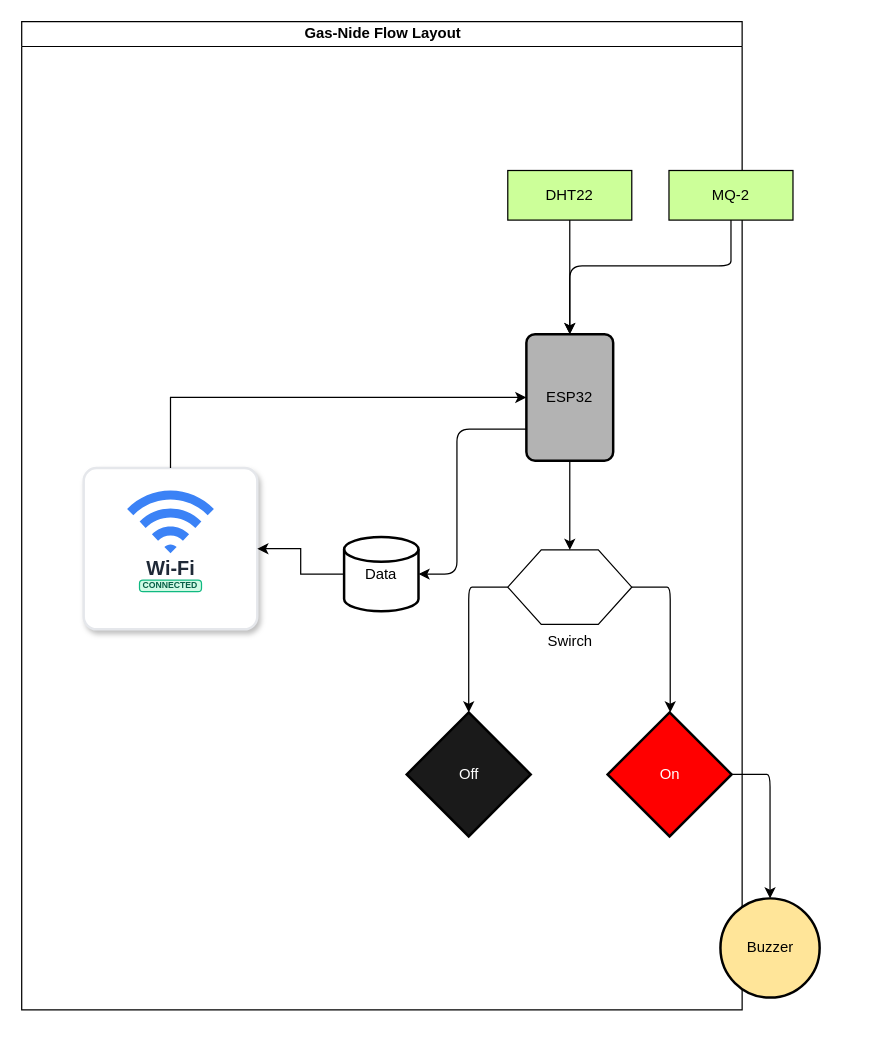
Above: docs/architecture/Gas-node-data-flow.drawio in PhantomCNS/shos-2- (draw.io), before the change. Source tidied: cells renumbered, new cells numbered last; positions are measured from the earlier drawing's top-left corner, leaving out a move shared by most shapes. Both pictures are drawn from the tidied source at 124%, with x=0, y=0 at pixel (21, 21).
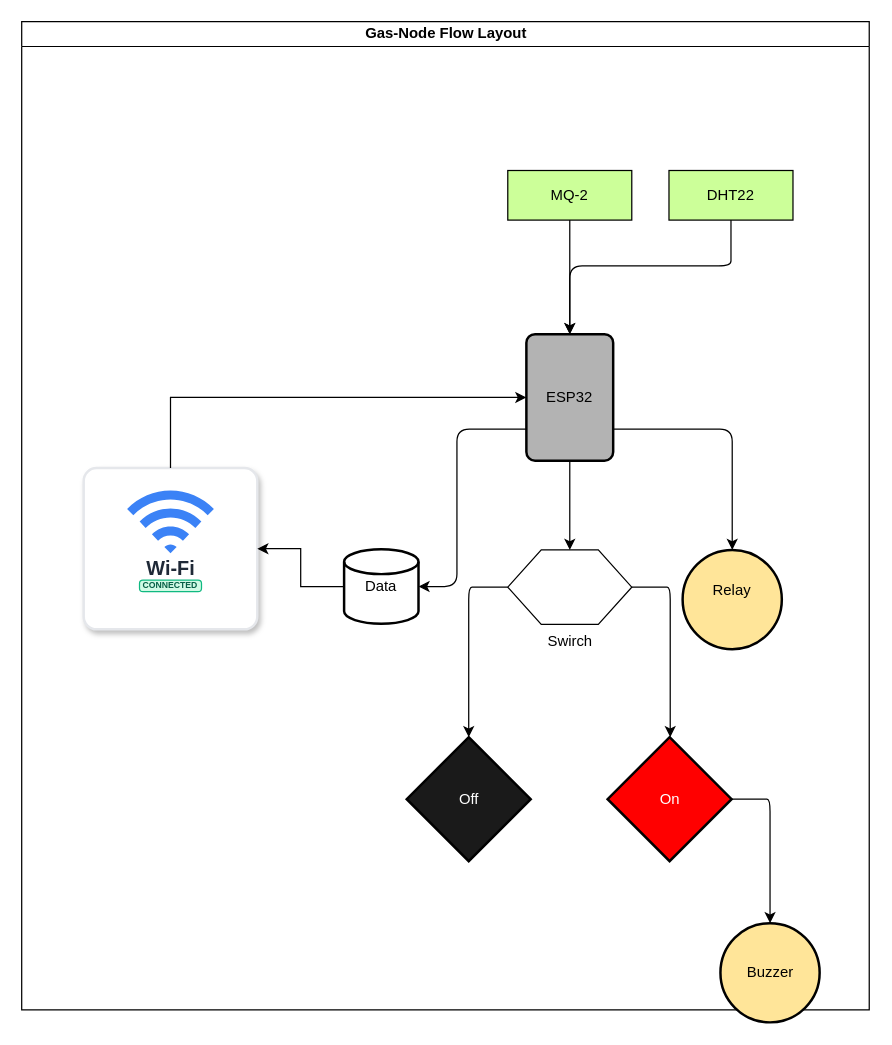
After the change.

Unchanged cells that the change refers to:
```xml
<mxCell id="7" value="ESP32" style="rounded=1;whiteSpace=wrap;html=1;absoluteArcSize=1;arcSize=14;strokeWidth=2;fillColor=#B3B3B3;" parent="2" vertex="1">
  <mxGeometry x="407" y="252" width="70" height="102" as="geometry" />
</mxCell>
<mxCell id="8" value="Swirch" style="verticalLabelPosition=bottom;verticalAlign=top;html=1;shape=hexagon;perimeter=hexagonPerimeter2;arcSize=6;size=0.27;" parent="2" vertex="1">
  <mxGeometry x="392" y="426" width="100" height="60" as="geometry" />
</mxCell>
```

What changed in the source:
```diff
@@
-    <mxCell id="2" value="Gas-Nide Flow Layout" style="swimlane;html=1;startSize=20;horizontal=1;fontSize=12;transparentBounds=1;groupPadding=20;containerType=tree;" parent="1" vertex="1">
-      <mxGeometry width="581" height="797" as="geometry" />
+    <mxCell id="2" value="Gas-Node Flow Layout" style="swimlane;html=1;startSize=20;horizontal=1;fontSize=12;transparentBounds=1;groupPadding=20;containerType=tree;" parent="1" vertex="1">
+      <mxGeometry width="683.5" height="797" as="geometry" />
     </mxCell>
     <mxCell id="3" style="edgeStyle=orthogonalEdgeStyle;rounded=1;jettySize=auto;html=1;exitX=0.5;exitY=1;exitDx=0;exitDy=0;entryX=0.5;entryY=0;entryDx=0;entryDy=0;curved=0;" parent="2" edge="1" source="4" target="7">
       <mxGeometry relative="1" as="geometry">
         <Array as="points">
-          <mxPoint x="572" y="181" />
-          <mxPoint x="572" y="197" />
-          <mxPoint x="442" y="197" />
+          <mxPoint x="442" y="181" />
           <mxPoint x="442" y="231" />
         </Array>
       </mxGeometry>
     </mxCell>
     <mxCell id="4" value="MQ-2" style="whiteSpace=wrap;html=1;fillColor=#CCFF99;" parent="2" vertex="1">
-      <mxGeometry x="522" y="120" width="100" height="40" as="geometry" />
+      <mxGeometry x="392" y="120" width="100" height="40" as="geometry" />
     </mxCell>
     <mxCell id="5" style="edgeStyle=orthogonalEdgeStyle;rounded=1;jettySize=auto;html=1;exitX=0.5;exitY=1;exitDx=0;exitDy=0;entryX=0.5;entryY=0;entryDx=0;entryDy=0;curved=0;" parent="2" edge="1" source="6" target="7">
       <mxGeometry relative="1" as="geometry">
         <Array as="points">
-          <mxPoint x="442" y="181" />
+          <mxPoint x="572" y="181" />
+          <mxPoint x="572" y="197" />
+          <mxPoint x="442" y="197" />
           <mxPoint x="442" y="231" />
         </Array>
       </mxGeometry>
     </mxCell>
     <mxCell id="6" value="DHT22" style="whiteSpace=wrap;html=1;fillColor=#CCFF99;" parent="2" vertex="1">
-      <mxGeometry x="392" y="120" width="100" height="40" as="geometry" />
+      <mxGeometry x="522" y="120" width="100" height="40" as="geometry" />
     </mxCell>
@@
     <mxCell id="10" value="On" style="strokeWidth=2;html=1;shape=mxgraph.flowchart.decision;whiteSpace=wrap;fillColor=#FF0000;fontColor=#FFFFFF;" parent="2" vertex="1">
-      <mxGeometry x="472.5" y="557" width="100" height="100" as="geometry" />
+      <mxGeometry x="472.5" y="577" width="100" height="100" as="geometry" />
     </mxCell>
@@
     <mxCell id="12" value="Off" style="strokeWidth=2;html=1;shape=mxgraph.flowchart.decision;whiteSpace=wrap;fillColor=#1A1A1A;fontColor=#FFFFFF;" parent="2" vertex="1">
-      <mxGeometry x="310.5" y="557" width="100" height="100" as="geometry" />
+      <mxGeometry x="310.5" y="577" width="100" height="100" as="geometry" />
     </mxCell>
     <mxCell id="13" style="edgeStyle=orthogonalEdgeStyle;rounded=1;jettySize=auto;html=1;exitX=0;exitY=0.5;exitDx=0;exitDy=0;entryX=0.5;entryY=0;entryDx=0;entryDy=0;entryPerimeter=0;curved=0;" parent="2" edge="1" source="8" target="12">
       <mxGeometry relative="1" as="geometry">
         <Array as="points">
           <mxPoint x="371" y="456" />
           <mxPoint x="360.5" y="456" />
-          <mxPoint x="360.5" y="536" />
+          <mxPoint x="360.5" y="556" />
         </Array>
       </mxGeometry>
     </mxCell>
     <mxCell id="14" style="edgeStyle=orthogonalEdgeStyle;rounded=1;jettySize=auto;html=1;exitX=1;exitY=0.5;exitDx=0;exitDy=0;curved=0;entryX=0.5;entryY=0;" parent="2" edge="1" source="10" target="15">
       <mxGeometry relative="1" as="geometry">
         <Array as="points">
-          <mxPoint x="593.5" y="607" />
-          <mxPoint x="603.5" y="607" />
+          <mxPoint x="593.5" y="627" />
+          <mxPoint x="603.5" y="627" />
         </Array>
       </mxGeometry>
     </mxCell>
     <mxCell id="15" value="Buzzer" style="ellipse;whiteSpace=wrap;html=1;shapeInside=1;strokeWidth=2;fillColor=#FFE599;" parent="2" vertex="1">
-      <mxGeometry x="563.5" y="707" width="80" height="80" as="geometry" />
+      <mxGeometry x="563.5" y="727" width="80" height="80" as="geometry" />
     </mxCell>
     <mxCell id="16" value="Data" style="strokeWidth=2;html=1;shape=mxgraph.flowchart.database;whiteSpace=wrap;" parent="2" vertex="1">
-      <mxGeometry x="260" y="415.5" width="60" height="60" as="geometry" />
+      <mxGeometry x="260" y="425.5" width="60" height="60" as="geometry" />
     </mxCell>
     <mxCell id="17" style="edgeStyle=orthogonalEdgeStyle;rounded=1;jettySize=auto;html=1;exitX=0;exitY=0.75;exitDx=0;exitDy=0;entryX=1;entryY=0.5;entryDx=0;entryDy=0;entryPerimeter=0;curved=0;" parent="2" edge="1" source="7" target="16">
       <mxGeometry relative="1" as="geometry">
         <Array as="points">
           <mxPoint x="386" y="328.5" />
           <mxPoint x="351" y="328.5" />
-          <mxPoint x="351" y="445.5" />
-          <mxPoint x="341" y="445.5" />
+          <mxPoint x="351" y="455.5" />
+          <mxPoint x="341" y="455.5" />
         </Array>
       </mxGeometry>
     </mxCell>
+    <mxCell id="24" value="Relay&lt;div&gt;&lt;br/&gt;&lt;/div&gt;" style="ellipse;whiteSpace=wrap;html=1;shapeInside=1;strokeWidth=2;fillColor=#FFE599;" parent="2" vertex="1">
+      <mxGeometry x="533" y="426" width="80" height="80" as="geometry" />
+    </mxCell>
+    <mxCell id="25" style="edgeStyle=orthogonalEdgeStyle;rounded=1;jettySize=auto;html=1;exitX=1;exitY=0.75;exitDx=0;exitDy=0;entryX=0.5;entryY=0;entryDx=0;entryDy=0;curved=0;" parent="2" edge="1" source="7" target="24">
+      <mxGeometry relative="1" as="geometry">
+        <Array as="points">
+          <mxPoint x="498" y="328.5" />
+          <mxPoint x="573" y="328.5" />
+          <mxPoint x="573" y="405" />
+        </Array>
+      </mxGeometry>
+    </mxCell>
```
